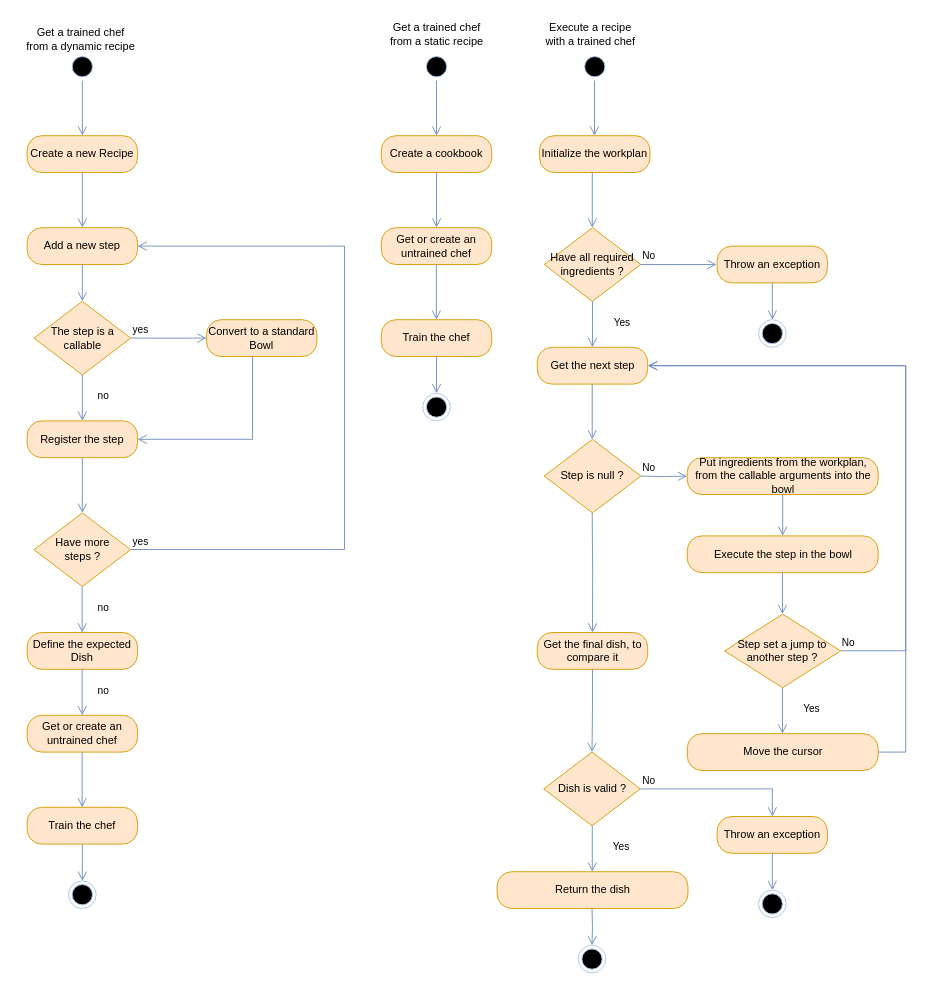
TeknooSoftware/recipe keeps this draw.io diagram as documentation/workflow.drawio. Above is the earlier version. Source tidied: cells renumbered, new cells numbered last; positions are measured from the earlier drawing's top-left corner, leaving out a move shared by most shapes. Both pictures are drawn from the tidied source at 92%, with x=0, y=0 at pixel (15, 16).
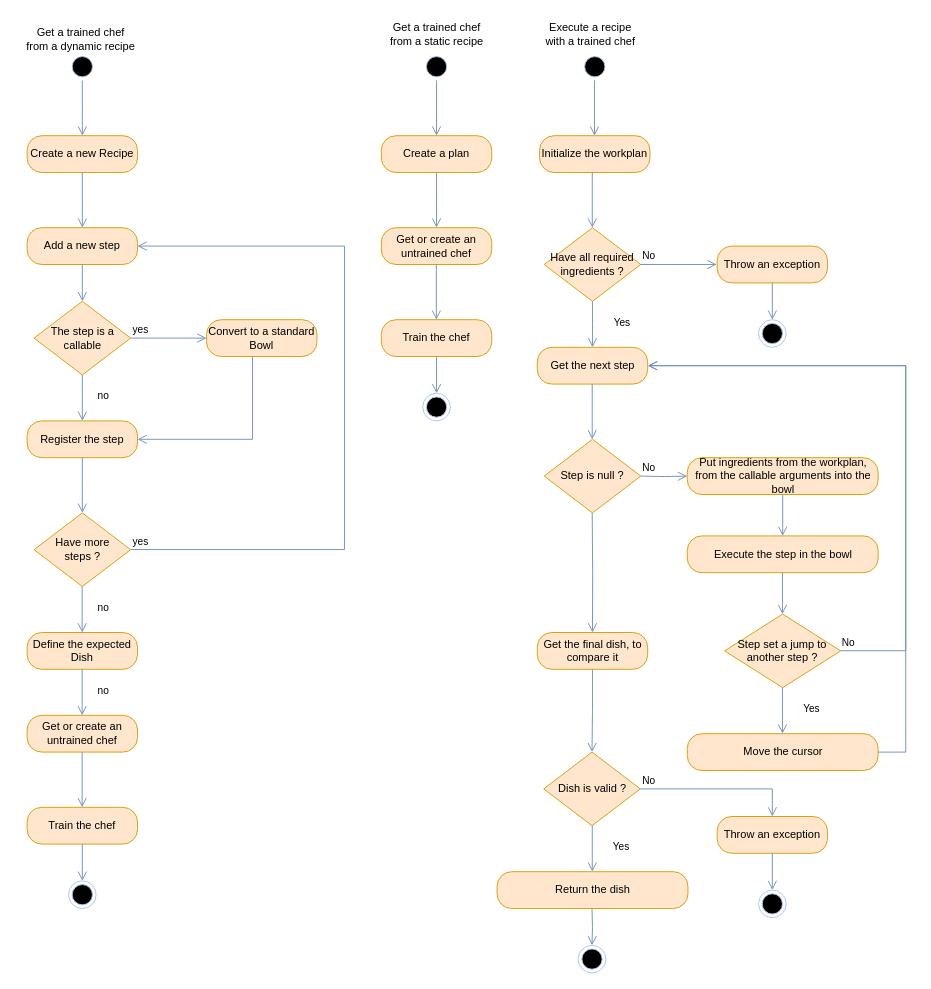
Above is the later version.

Change to the diagram source:
```diff
@@
-    <mxCell id="27" value="Create a cookbook" style="rounded=1;whiteSpace=wrap;html=1;arcSize=40;fillColor=#ffe6cc;strokeColor=#d79b00;" parent="1" vertex="1">
+    <mxCell id="27" value="Create a plan" style="rounded=1;whiteSpace=wrap;html=1;arcSize=40;fillColor=#ffe6cc;strokeColor=#d79b00;" parent="1" vertex="1">
       <mxGeometry x="398" y="130" width="120" height="40" as="geometry" />
     </mxCell>
```
